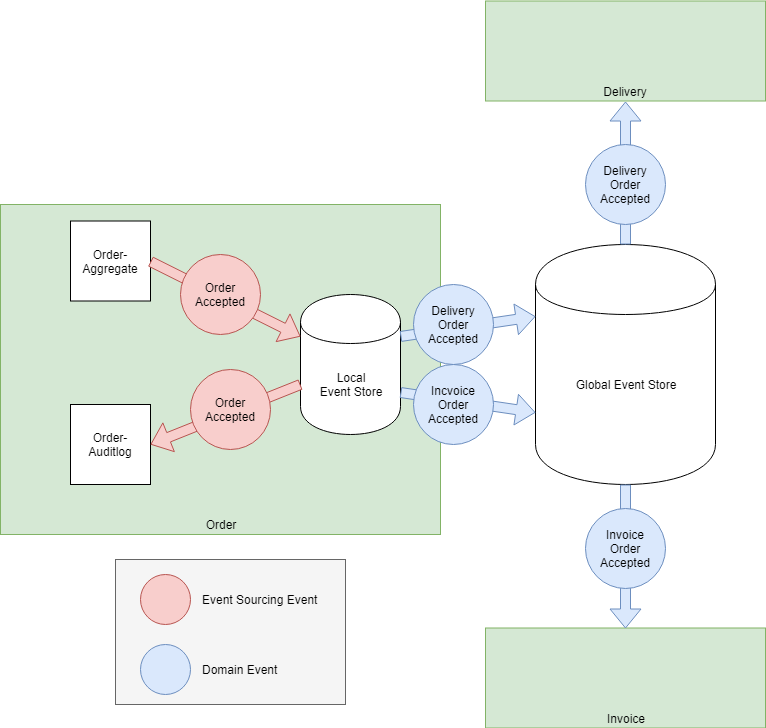
This is CustomerSupplier.png from OLibutzki/blog, a draw.io export, as it was before one commit. Source tidied: cells renumbered, new cells last; positions are measured from the earlier drawing's top-left corner, leaving out a move shared by most shapes.
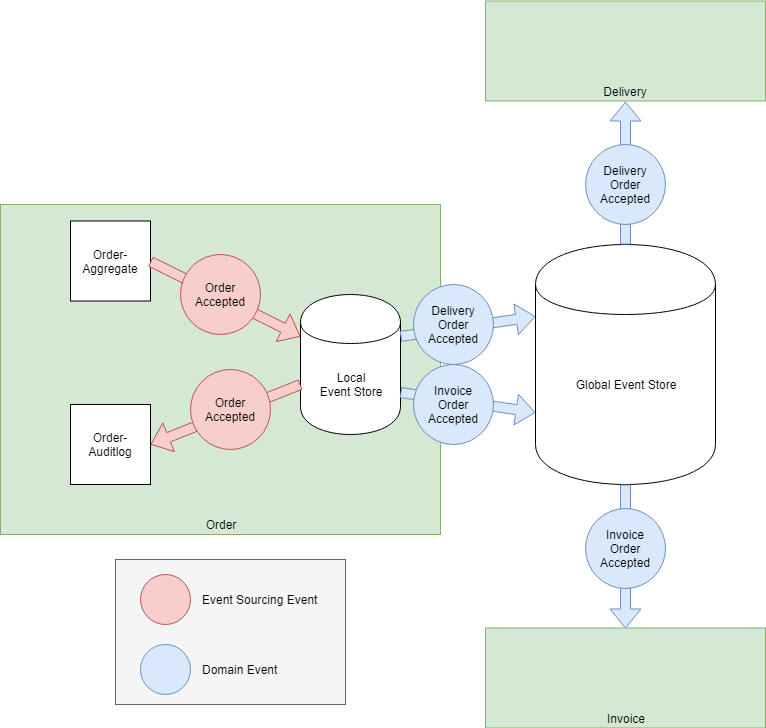
Above is the later version.

Change to the diagram source:
```diff
@@ -71,7 +71,7 @@
     <mxCell id="24" style="shape=flexArrow;endArrow=classic;html=1;fillColor=#dae8fc;entryX=0;entryY=0.7;entryDx=0;entryDy=0;exitX=1;exitY=0.7;exitDx=0;exitDy=0;strokeColor=#6c8ebf;" parent="1" edge="1" source="4" target="5">
       <mxGeometry relative="1" as="geometry" />
     </mxCell>
-    <mxCell id="25" value="Incvoice Order Accepted" style="ellipse;whiteSpace=wrap;html=1;fillColor=#dae8fc;strokeColor=#6c8ebf;" parent="1" vertex="1">
+    <mxCell id="25" value="Invoice&lt;br&gt;Order Accepted" style="ellipse;whiteSpace=wrap;html=1;fillColor=#dae8fc;strokeColor=#6c8ebf;" parent="1" vertex="1">
       <mxGeometry x="413" y="364" width="80" height="80" as="geometry" />
     </mxCell>
   </root>
```
